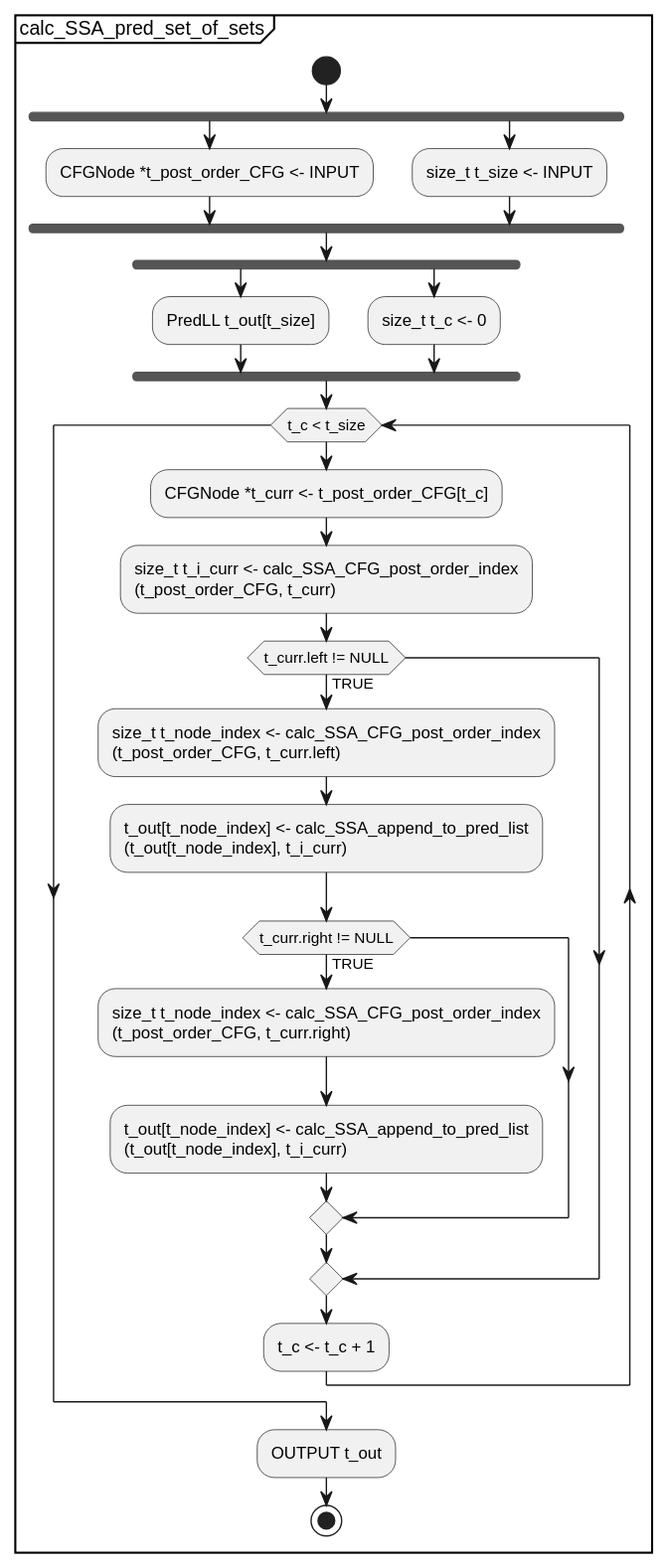
Earlier version of the PlantUML export docs/UML/Single_Static_Assignment_Generation_Scheme/submodules/svg/calc_SSA_pred_set_of_sets.svg (KeithCBrett/Python-Compiler). Its diagram source:
```plantuml
@startuml
partition calc_SSA_pred_set_of_sets {
    start
    fork
    :CFGNode *t_post_order_CFG <- INPUT;
    fork again
    :size_t t_size <- INPUT;
    fork end
    fork
    :PredLL t_out[t_size];
    fork again
    :size_t t_c <- 0;
    fork end
    while (t_c < t_size)
        :CFGNode *t_curr <- t_post_order_CFG[t_c];
        :size_t t_i_curr <- calc_SSA_CFG_post_order_index
        (t_post_order_CFG, t_curr);
        if (t_curr.left != NULL) then (TRUE)
            :size_t t_node_index <- calc_SSA_CFG_post_order_index
            (t_post_order_CFG, t_curr.left);
            :t_out[t_node_index] <- calc_SSA_append_to_pred_list
            (t_out[t_node_index], t_i_curr);
        if (t_curr.right != NULL) then (TRUE)
            :size_t t_node_index <- calc_SSA_CFG_post_order_index
            (t_post_order_CFG, t_curr.right);
            :t_out[t_node_index] <- calc_SSA_append_to_pred_list
            (t_out[t_node_index], t_i_curr);
        endif
        endif
        :t_c <- t_c + 1;
    endwhile
    :OUTPUT t_out;
    stop
}
@enduml
```
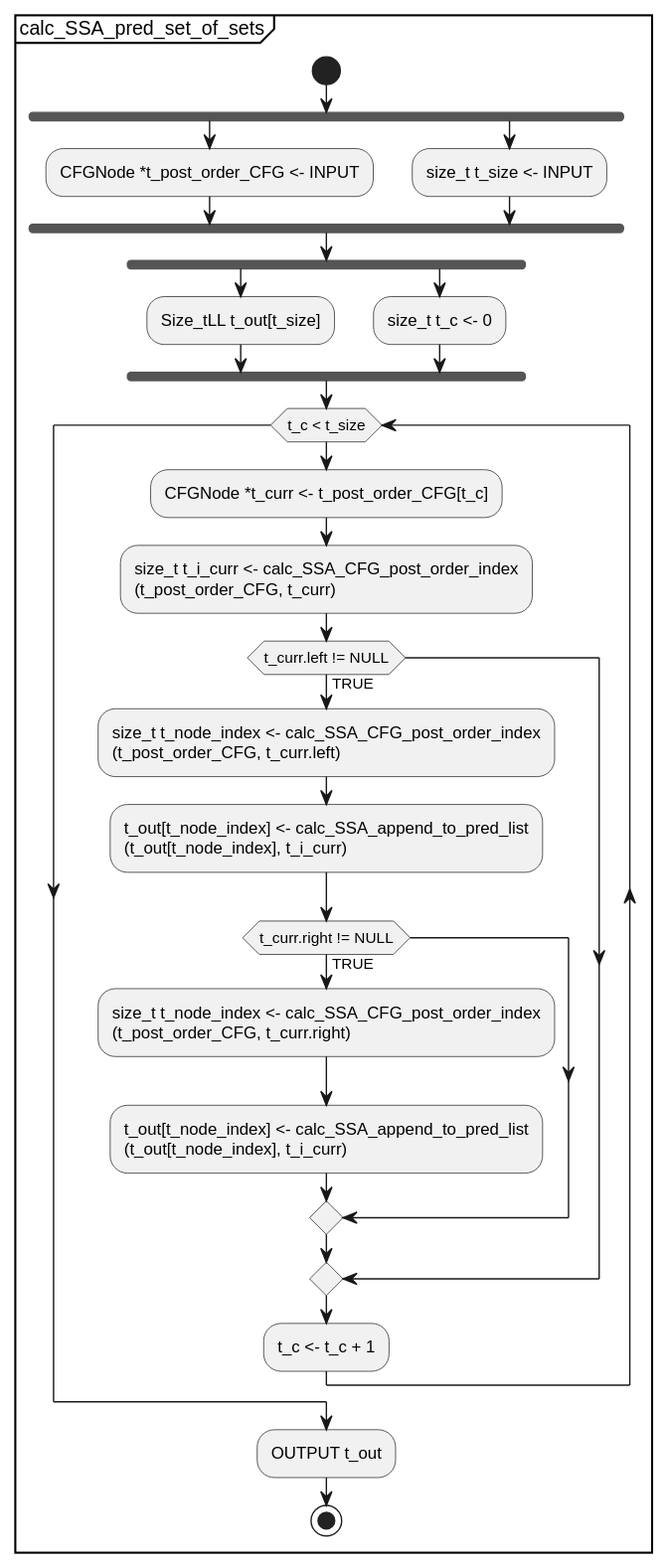
Later version of the same file.

Change to the diagram source:
```diff
@@ -7,7 +7,7 @@
     :size_t t_size <- INPUT;
     fork end
     fork
-    :PredLL t_out[t_size];
+    :Size_tLL t_out[t_size];
     fork again
     :size_t t_c <- 0;
     fork end
```
